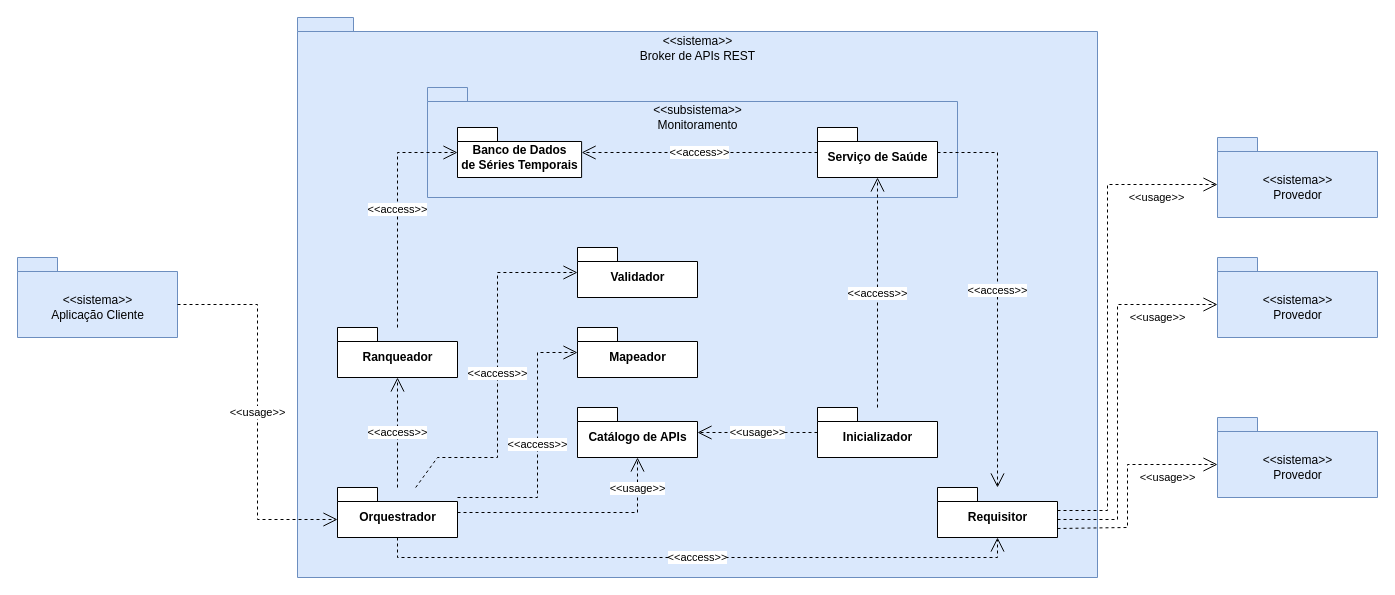
This is page "Pacotes v4.2" (6 of 7) of Docs/tccii/diagramas/pacotes.drawio from pedrofgd/api-rest-broker, a draw.io file, before an edit. Source tidied: cells renumbered, new cells numbered last; positions are measured from the earlier drawing's top-left corner, leaving out a move shared by most shapes. Both pictures are drawn from the tidied source at 100%, with x=0, y=0 at pixel (17, 17).
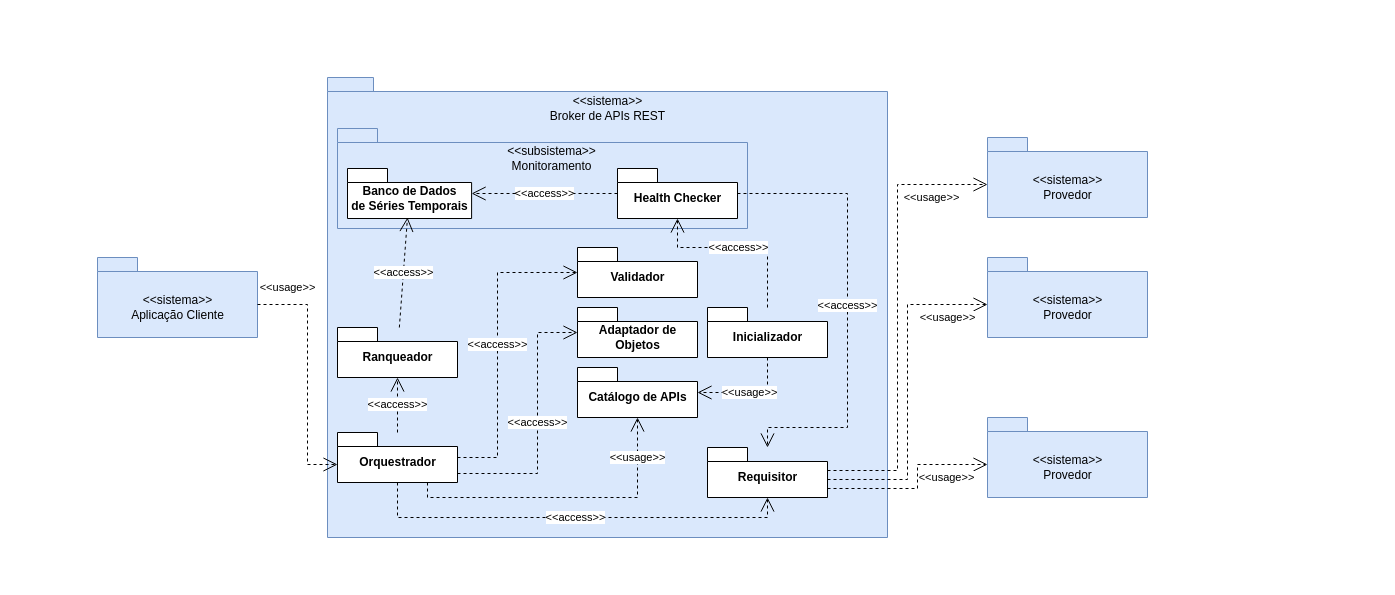
The same page after the edit.

Commit message:
Diagrama de pacotes compacto

The change refers to these unchanged cells:
```xml
<mxCell id="6" value="Validador" style="shape=folder;fontStyle=1;spacingTop=10;tabWidth=40;tabHeight=14;tabPosition=left;html=1;" parent="1" vertex="1">
  <mxGeometry x="560" y="230" width="120" height="50" as="geometry" />
</mxCell>
<mxCell id="23" value="Ranqueador" style="shape=folder;fontStyle=1;spacingTop=10;tabWidth=40;tabHeight=14;tabPosition=left;html=1;" parent="1" vertex="1">
  <mxGeometry x="320" y="310" width="120" height="50" as="geometry" />
</mxCell>
```

Change to the diagram source:
```diff
@@
     <mxCell id="2" style="shape=folder;fontStyle=1;spacingTop=10;tabWidth=40;tabHeight=14;tabPosition=left;html=1;labelBackgroundColor=#FFFFFF;fillStyle=solid;fillColor=#DAE8FC;strokeColor=#6c8ebf;" parent="1" vertex="1">
-      <mxGeometry x="280" width="800" height="560" as="geometry" />
+      <mxGeometry x="310" y="60" width="560" height="460" as="geometry" />
     </mxCell>
-    <mxCell id="3" style="shape=folder;fontStyle=1;spacingTop=10;tabWidth=40;tabHeight=14;tabPosition=left;html=1;labelBackgroundColor=#FFFFFF;fillStyle=solid;fillColor=#dae8fc;strokeColor=#6c8ebf;" parent="1" vertex="1">
-      <mxGeometry x="410" y="70" width="530" height="110" as="geometry" />
+    <mxCell id="3" style="shape=folder;fontStyle=1;spacingTop=10;tabWidth=40;tabHeight=14;tabPosition=left;html=1;labelBackgroundColor=#FFFFFF;fillStyle=solid;fillColor=#DAE8FC;strokeColor=#6c8ebf;" parent="1" vertex="1">
+      <mxGeometry x="320" y="111" width="410" height="100" as="geometry" />
     </mxCell>
     <mxCell id="4" value="Catálogo de APIs" style="shape=folder;fontStyle=1;spacingTop=10;tabWidth=40;tabHeight=14;tabPosition=left;html=1;" parent="1" vertex="1">
-      <mxGeometry x="560" y="390" width="120" height="50" as="geometry" />
+      <mxGeometry x="560" y="350" width="120" height="50" as="geometry" />
     </mxCell>
-    <mxCell id="5" value="Mapeador" style="shape=folder;fontStyle=1;spacingTop=10;tabWidth=40;tabHeight=14;tabPosition=left;html=1;" parent="1" vertex="1">
-      <mxGeometry x="560" y="310" width="120" height="50" as="geometry" />
+    <mxCell id="5" value="Adaptador de&lt;br&gt;Objetos" style="shape=folder;fontStyle=1;spacingTop=10;tabWidth=40;tabHeight=14;tabPosition=left;html=1;" parent="1" vertex="1">
+      <mxGeometry x="560" y="290" width="120" height="50" as="geometry" />
     </mxCell>
@@
     <mxCell id="7" value="Requisitor" style="shape=folder;fontStyle=1;spacingTop=10;tabWidth=40;tabHeight=14;tabPosition=left;html=1;" parent="1" vertex="1">
-      <mxGeometry x="920" y="470" width="120" height="50" as="geometry" />
+      <mxGeometry x="690" y="430" width="120" height="50" as="geometry" />
     </mxCell>
     <mxCell id="8" value="&amp;lt;&amp;lt;sistema&amp;gt;&amp;gt;&lt;br&gt;Broker de APIs REST" style="text;html=1;align=center;verticalAlign=middle;strokeColor=none;fillColor=none;" parent="1" vertex="1">
-      <mxGeometry x="613.5" y="10" width="133" height="41" as="geometry" />
+      <mxGeometry x="523.5" y="70" width="133" height="41" as="geometry" />
     </mxCell>
     <mxCell id="9" value="Orquestrador" style="shape=folder;fontStyle=1;spacingTop=10;tabWidth=40;tabHeight=14;tabPosition=left;html=1;" parent="1" vertex="1">
-      <mxGeometry x="320" y="470" width="120" height="50" as="geometry" />
+      <mxGeometry x="320" y="415" width="120" height="50" as="geometry" />
     </mxCell>
     <mxCell id="10" value="Inicializador" style="shape=folder;fontStyle=1;spacingTop=10;tabWidth=40;tabHeight=14;tabPosition=left;html=1;" parent="1" vertex="1">
-      <mxGeometry x="800" y="390" width="120" height="50" as="geometry" />
+      <mxGeometry x="690" y="290" width="120" height="50" as="geometry" />
     </mxCell>
@@
     <mxCell id="12" value="&amp;lt;&amp;lt;access&amp;gt;&amp;gt;" style="endArrow=open;endSize=12;dashed=1;html=1;rounded=0;" parent="1" edge="1" source="9" target="6">
       <mxGeometry relative="1" as="geometry">
         <Array as="points">
-          <mxPoint x="420" y="440" />
           <mxPoint x="480" y="440" />
           <mxPoint x="480" y="255" />
         </Array>
       </mxGeometry>
     </mxCell>
-    <mxCell id="13" value="&amp;lt;&amp;lt;access&amp;gt;&amp;gt;" style="endArrow=open;endSize=12;dashed=1;html=1;rounded=0;" parent="1" edge="1" source="9" target="7">
+    <mxCell id="13" value="&amp;lt;&amp;lt;access&amp;gt;&amp;gt;" style="endArrow=open;endSize=12;dashed=1;html=1;rounded=0;entryX=0.5;entryY=1;entryDx=0;entryDy=0;entryPerimeter=0;" parent="1" edge="1" source="9" target="7">
       <mxGeometry relative="1" as="geometry">
         <Array as="points">
-          <mxPoint x="380" y="540" />
-          <mxPoint x="980" y="540" />
+          <mxPoint x="380" y="500" />
+          <mxPoint x="750" y="500" />
         </Array>
       </mxGeometry>
     </mxCell>
-    <mxCell id="14" value="&amp;lt;&amp;lt;access&amp;gt;&amp;gt;" style="endArrow=open;endSize=12;dashed=1;html=1;rounded=0;" parent="1" edge="1" source="9" target="5">
+    <mxCell id="14" value="&amp;lt;&amp;lt;access&amp;gt;&amp;gt;" style="endArrow=open;endSize=12;dashed=1;html=1;rounded=0;exitX=0;exitY=0;exitDx=119.99999999999999;exitDy=41;exitPerimeter=0;" parent="1" edge="1" source="9" target="5">
       <mxGeometry relative="1" as="geometry">
         <Array as="points">
-          <mxPoint x="440" y="480" />
-          <mxPoint x="520" y="480" />
-          <mxPoint x="520" y="335" />
+          <mxPoint x="520" y="456" />
+          <mxPoint x="520" y="315" />
         </Array>
       </mxGeometry>
     </mxCell>
-    <mxCell id="15" value="&amp;lt;&amp;lt;usage&amp;gt;&amp;gt;" style="endArrow=open;endSize=12;dashed=1;html=1;rounded=0;" parent="1" edge="1" source="9" target="4">
+    <mxCell id="15" value="&amp;lt;&amp;lt;usage&amp;gt;&amp;gt;" style="endArrow=open;endSize=12;dashed=1;html=1;rounded=0;exitX=0.75;exitY=1;exitDx=0;exitDy=0;exitPerimeter=0;" parent="1" edge="1" source="9" target="4">
       <mxGeometry x="0.74" relative="1" as="geometry">
         <Array as="points">
-          <mxPoint x="620" y="495" />
+          <mxPoint x="410" y="480" />
+          <mxPoint x="620" y="480" />
         </Array>
       </mxGeometry>
     </mxCell>
     <mxCell id="16" value="&amp;lt;&amp;lt;access&amp;gt;&amp;gt;" style="endArrow=open;endSize=12;dashed=1;html=1;rounded=0;" parent="1" edge="1" source="10" target="24">
-      <mxGeometry x="-0.01" relative="1" as="geometry" />
+      <mxGeometry x="-0.01" relative="1" as="geometry">
+        <Array as="points">
+          <mxPoint x="750" y="230" />
+          <mxPoint x="660" y="230" />
+        </Array>
+      </mxGeometry>
     </mxCell>
     <mxCell id="17" value="&amp;lt;&amp;lt;access&amp;gt;&amp;gt;" style="endArrow=open;endSize=12;dashed=1;html=1;rounded=0;" parent="1" edge="1" source="24" target="7">
       <mxGeometry relative="1" as="geometry">
         <Array as="points">
-          <mxPoint x="980" y="135" />
+          <mxPoint x="830" y="176" />
+          <mxPoint x="830" y="410" />
+          <mxPoint x="750" y="410" />
         </Array>
       </mxGeometry>
     </mxCell>
-    <mxCell id="18" value="&amp;lt;&amp;lt;usage&amp;gt;&amp;gt;" style="endArrow=open;endSize=12;dashed=1;html=1;rounded=0;" parent="1" edge="1" source="10" target="4">
-      <mxGeometry relative="1" as="geometry" />
+    <mxCell id="18" value="&amp;lt;&amp;lt;usage&amp;gt;&amp;gt;" style="endArrow=open;endSize=12;dashed=1;html=1;rounded=0;exitX=0.5;exitY=1;exitDx=0;exitDy=0;exitPerimeter=0;" parent="1" edge="1" source="10" target="4">
+      <mxGeometry relative="1" as="geometry">
+        <Array as="points">
+          <mxPoint x="750" y="375" />
+        </Array>
+      </mxGeometry>
     </mxCell>
     <mxCell id="19" value="Banco de Dados&lt;br&gt;de Séries Temporais" style="shape=folder;fontStyle=1;spacingTop=10;tabWidth=40;tabHeight=14;tabPosition=left;html=1;" parent="1" vertex="1">
-      <mxGeometry x="440" y="110" width="124.1" height="50" as="geometry" />
+      <mxGeometry x="330" y="151" width="124.1" height="50" as="geometry" />
     </mxCell>
     <mxCell id="20" value="&amp;lt;&amp;lt;subsistema&amp;gt;&amp;gt;&lt;br&gt;Monitoramento" style="text;html=1;align=center;verticalAlign=middle;strokeColor=none;fillColor=none;" parent="1" vertex="1">
-      <mxGeometry x="626.5" y="79" width="107" height="41" as="geometry" />
+      <mxGeometry x="480" y="120" width="107" height="41" as="geometry" />
     </mxCell>
@@
-    <mxCell id="22" value="&amp;lt;&amp;lt;access&amp;gt;&amp;gt;" style="endArrow=open;endSize=12;dashed=1;html=1;rounded=0;" parent="1" edge="1" source="23" target="19">
+    <mxCell id="22" value="&amp;lt;&amp;lt;access&amp;gt;&amp;gt;" style="endArrow=open;endSize=12;dashed=1;html=1;rounded=0;" parent="1" edge="1" source="23">
       <mxGeometry relative="1" as="geometry">
-        <Array as="points">
-          <mxPoint x="380" y="135" />
-        </Array>
+        <mxPoint x="390" y="200" as="targetPoint" />
       </mxGeometry>
     </mxCell>
@@
-    <mxCell id="24" value="Serviço de Saúde" style="shape=folder;fontStyle=1;spacingTop=10;tabWidth=40;tabHeight=14;tabPosition=left;html=1;" parent="1" vertex="1">
-      <mxGeometry x="800" y="110" width="120" height="50" as="geometry" />
+    <mxCell id="24" value="Health Checker" style="shape=folder;fontStyle=1;spacingTop=10;tabWidth=40;tabHeight=14;tabPosition=left;html=1;" parent="1" vertex="1">
+      <mxGeometry x="600" y="151" width="120" height="50" as="geometry" />
     </mxCell>
     <mxCell id="25" style="shape=folder;fontStyle=1;spacingTop=10;tabWidth=40;tabHeight=14;tabPosition=left;html=1;labelBackgroundColor=#FFFFFF;fillStyle=solid;fillColor=#dae8fc;strokeColor=#6c8ebf;" parent="1" vertex="1">
-      <mxGeometry y="240" width="160" height="80" as="geometry" />
+      <mxGeometry x="80" y="240" width="160" height="80" as="geometry" />
     </mxCell>
     <mxCell id="26" value="&amp;lt;&amp;lt;sistema&amp;gt;&amp;gt;&lt;br&gt;Aplicação Cliente" style="text;html=1;align=center;verticalAlign=middle;strokeColor=none;fillColor=none;" parent="1" vertex="1">
-      <mxGeometry x="20" y="270" width="120" height="40" as="geometry" />
+      <mxGeometry x="100" y="270" width="120" height="40" as="geometry" />
     </mxCell>
     <mxCell id="27" style="shape=folder;fontStyle=1;spacingTop=10;tabWidth=40;tabHeight=14;tabPosition=left;html=1;labelBackgroundColor=#FFFFFF;fillStyle=solid;fillColor=#dae8fc;strokeColor=#6c8ebf;" parent="1" vertex="1">
-      <mxGeometry x="1200" y="120" width="160" height="80" as="geometry" />
+      <mxGeometry x="970" y="120" width="160" height="80" as="geometry" />
     </mxCell>
     <mxCell id="28" value="&amp;lt;&amp;lt;sistema&amp;gt;&amp;gt;&lt;br&gt;Provedor" style="text;html=1;align=center;verticalAlign=middle;strokeColor=none;fillColor=none;" parent="1" vertex="1">
-      <mxGeometry x="1235" y="150" width="90" height="40" as="geometry" />
+      <mxGeometry x="1005" y="150" width="90" height="40" as="geometry" />
     </mxCell>
     <mxCell id="29" style="shape=folder;fontStyle=1;spacingTop=10;tabWidth=40;tabHeight=14;tabPosition=left;html=1;labelBackgroundColor=#FFFFFF;fillStyle=solid;fillColor=#dae8fc;strokeColor=#6c8ebf;" parent="1" vertex="1">
-      <mxGeometry x="1200" y="240" width="160" height="80" as="geometry" />
+      <mxGeometry x="970" y="240" width="160" height="80" as="geometry" />
     </mxCell>
     <mxCell id="30" value="&amp;lt;&amp;lt;sistema&amp;gt;&amp;gt;&lt;br&gt;Provedor" style="text;html=1;align=center;verticalAlign=middle;strokeColor=none;fillColor=none;" parent="1" vertex="1">
-      <mxGeometry x="1235" y="270" width="90" height="40" as="geometry" />
+      <mxGeometry x="1005" y="270" width="90" height="40" as="geometry" />
     </mxCell>
     <mxCell id="31" style="shape=folder;fontStyle=1;spacingTop=10;tabWidth=40;tabHeight=14;tabPosition=left;html=1;labelBackgroundColor=#FFFFFF;fillStyle=solid;fillColor=#dae8fc;strokeColor=#6c8ebf;" parent="1" vertex="1">
-      <mxGeometry x="1200" y="400" width="160" height="80" as="geometry" />
+      <mxGeometry x="970" y="400" width="160" height="80" as="geometry" />
     </mxCell>
     <mxCell id="32" value="&amp;lt;&amp;lt;sistema&amp;gt;&amp;gt;&lt;br&gt;Provedor" style="text;html=1;align=center;verticalAlign=middle;strokeColor=none;fillColor=none;" parent="1" vertex="1">
-      <mxGeometry x="1235" y="430" width="90" height="40" as="geometry" />
+      <mxGeometry x="1005" y="430" width="90" height="40" as="geometry" />
     </mxCell>
     <mxCell id="33" value="&amp;lt;&amp;lt;usage&amp;gt;&amp;gt;" style="endArrow=open;endSize=12;dashed=1;html=1;rounded=0;entryX=0;entryY=0;entryDx=0;entryDy=47;entryPerimeter=0;exitX=0;exitY=0;exitDx=120;exitDy=23;exitPerimeter=0;" parent="1" edge="1" source="7" target="27">
       <mxGeometry x="0.75" y="-13" relative="1" as="geometry">
         <Array as="points">
-          <mxPoint x="1090" y="493" />
-          <mxPoint x="1090" y="167" />
+          <mxPoint x="880" y="453" />
+          <mxPoint x="880" y="167" />
         </Array>
       </mxGeometry>
     </mxCell>
     <mxCell id="34" value="&amp;lt;&amp;lt;usage&amp;gt;&amp;gt;" style="endArrow=open;endSize=12;dashed=1;html=1;rounded=0;entryX=0;entryY=0;entryDx=0;entryDy=47;entryPerimeter=0;exitX=0;exitY=0;exitDx=120;exitDy=32;exitPerimeter=0;" parent="1" edge="1" source="7" target="29">
-      <mxGeometry x="0.68" y="-13" relative="1" as="geometry">
+      <mxGeometry x="0.76" y="-13" relative="1" as="geometry">
         <Array as="points">
-          <mxPoint x="1100" y="502" />
-          <mxPoint x="1100" y="287" />
+          <mxPoint x="890" y="462" />
+          <mxPoint x="890" y="287" />
         </Array>
       </mxGeometry>
     </mxCell>
     <mxCell id="35" value="&amp;lt;&amp;lt;usage&amp;gt;&amp;gt;" style="endArrow=open;endSize=12;dashed=1;html=1;rounded=0;entryX=0;entryY=0;entryDx=0;entryDy=47;entryPerimeter=0;exitX=0;exitY=0;exitDx=120;exitDy=41;exitPerimeter=0;" parent="1" edge="1" source="7" target="31">
       <mxGeometry x="0.55" y="-13" relative="1" as="geometry">
         <Array as="points">
-          <mxPoint x="1110" y="510" />
-          <mxPoint x="1110" y="447" />
+          <mxPoint x="900" y="471" />
+          <mxPoint x="900" y="447" />
         </Array>
       </mxGeometry>
     </mxCell>
     <mxCell id="36" value="&amp;lt;&amp;lt;usage&amp;gt;&amp;gt;" style="endArrow=open;endSize=12;dashed=1;html=1;rounded=0;exitX=0;exitY=0;exitDx=160;exitDy=47;exitPerimeter=0;entryX=0;entryY=0;entryDx=0;entryDy=32;entryPerimeter=0;" parent="1" edge="1" source="25" target="9">
-      <mxGeometry relative="1" as="geometry">
+      <mxGeometry x="-0.75" y="17" relative="1" as="geometry">
         <Array as="points">
-          <mxPoint x="240" y="287" />
-          <mxPoint x="240" y="502" />
+          <mxPoint x="290" y="287" />
+          <mxPoint x="290" y="447" />
         </Array>
       </mxGeometry>
     </mxCell>
```
